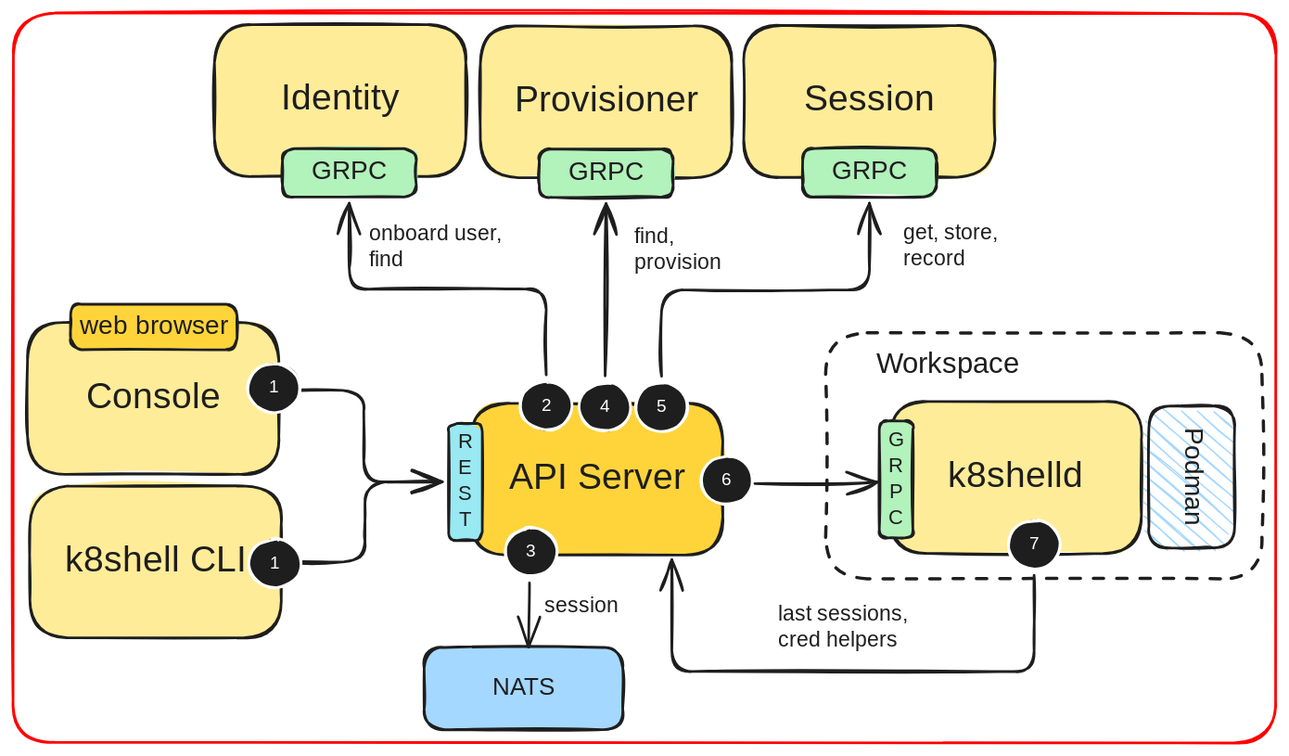
k8shell-io/docs keeps this Excalidraw diagram as drawings/api-server-architecture.excalidraw.svg. Above is the earlier version. Source tidied: one line per element, renumbered; positions are measured from the earlier drawing's top-left corner, leaving out a move shared by most shapes.
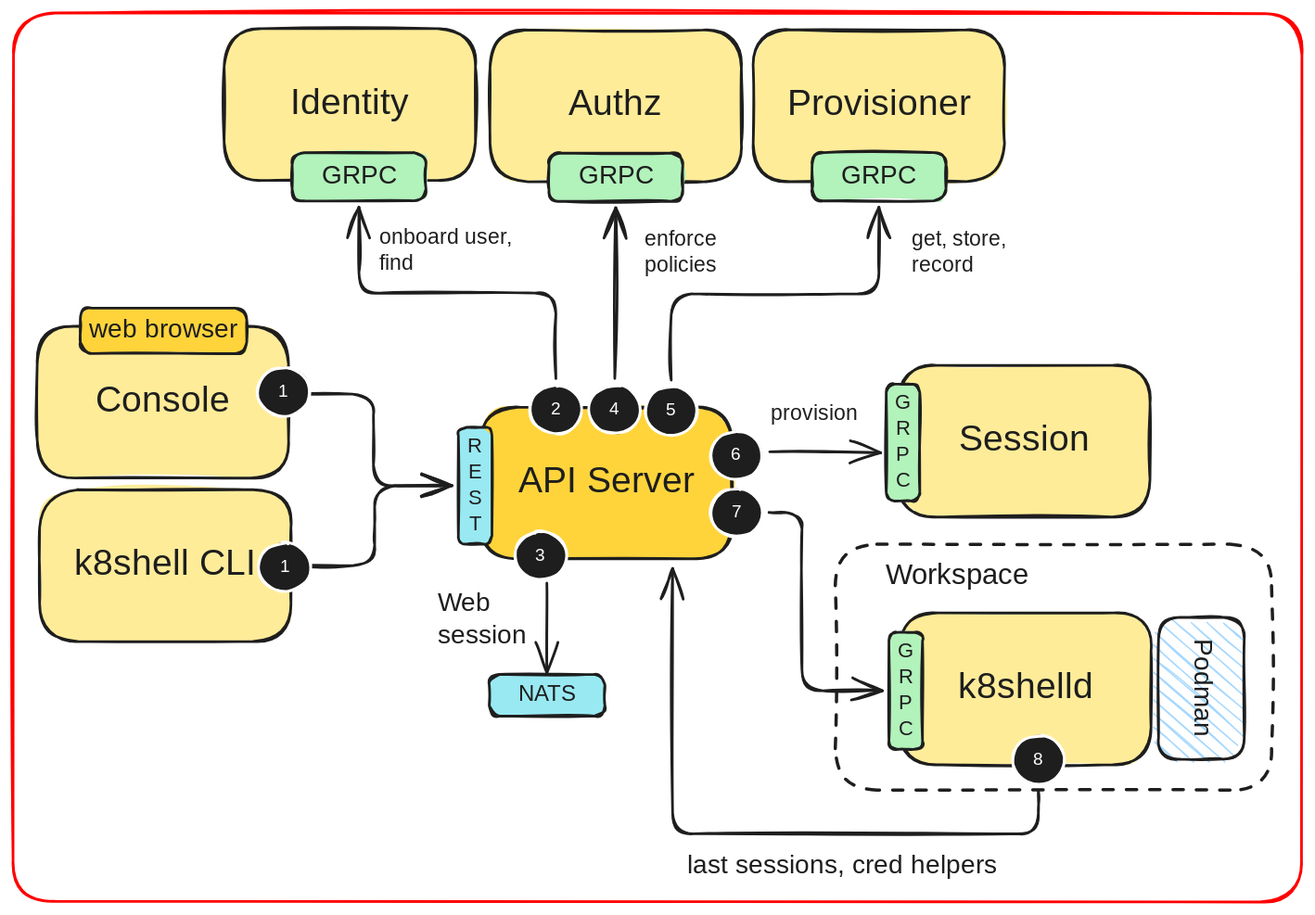
After the change.

Commit message:
authz services

Change to the diagram source:
```diff
@@ -1,2 +1,2 @@
-{"id": 0, "type": "rectangle", "strokeColor": "#ff0000", "angle": 0.0, "strokeWidth": 2, "roughness": 1, "round": true, "x": 0, "y": 0, "width": 973, "height": 562}
+{"id": 0, "type": "rectangle", "strokeColor": "#ff0000", "angle": 0.0, "strokeWidth": 2, "roughness": 1, "round": true, "x": -7, "y": -3, "width": 993, "height": 685}
 {"id": 1, "type": "rectangle", "strokeColor": "#1e1e1e", "backgroundColor": "#ffd43b", "fillStyle": "solid", "strokeWidth": 2, "roughness": 1, "round": true, "x": 353, "y": 300, "width": 194, "height": 117}
@@ -5,4 +5,4 @@
 {"id": 4, "type": "text", "text": "R\nE\nS\nT", "strokeColor": "#1e1e1e", "strokeWidth": 2, "roughness": 1, "fontSize": 16.02, "fontFamily": 5, "textAlign": "center", "verticalAlign": "middle", "inside": 3, "x": 341, "y": 321, "width": 14, "height": 80}
-{"id": 5, "type": "ellipse", "strokeColor": "#ffffff", "backgroundColor": "#1e1e1e", "fillStyle": "solid", "strokeWidth": 2, "roughness": 1, "round": true, "x": 530, "y": 341, "width": 40, "height": 38}
+{"id": 5, "type": "ellipse", "strokeColor": "#ffffff", "backgroundColor": "#1e1e1e", "fillStyle": "solid", "strokeWidth": 2, "roughness": 1, "round": true, "x": 530, "y": 319, "width": 40, "height": 38}
-{"id": 6, "type": "text", "text": "6", "strokeColor": "#ffffff", "backgroundColor": "#1e1e1e", "fillStyle": "solid", "strokeWidth": 2, "roughness": 1, "fontSize": 13.5, "fontFamily": 5, "textAlign": "center", "verticalAlign": "middle", "inside": 5, "x": 545, "y": 351, "width": 9, "height": 17}
+{"id": 6, "type": "text", "text": "6", "strokeColor": "#ffffff", "backgroundColor": "#1e1e1e", "fillStyle": "solid", "strokeWidth": 2, "roughness": 1, "fontSize": 13.5, "fontFamily": 5, "textAlign": "center", "verticalAlign": "middle", "inside": 5, "x": 545, "y": 329, "width": 9, "height": 17}
 {"id": 7, "type": "rectangle", "strokeColor": "#1e1e1e", "backgroundColor": "#ffec99", "fillStyle": "solid", "strokeWidth": 2, "roughness": 1, "round": true, "x": 155, "y": 9, "width": 194, "height": 117}
@@ -12,3 +12,3 @@
 {"id": 11, "type": "rectangle", "strokeColor": "#1e1e1e", "backgroundColor": "#ffec99", "fillStyle": "solid", "strokeWidth": 2, "roughness": 1, "round": true, "x": 360, "y": 10, "width": 194, "height": 117}
-{"id": 12, "type": "text", "text": "Provisioner", "strokeColor": "#1e1e1e", "strokeWidth": 2, "roughness": 1, "fontSize": 28, "fontFamily": 5, "textAlign": "center", "verticalAlign": "middle", "inside": 11, "x": 382, "y": 51, "width": 150, "height": 35}
+{"id": 12, "type": "text", "text": "Authz", "strokeColor": "#1e1e1e", "strokeWidth": 2, "roughness": 1, "fontSize": 28, "fontFamily": 5, "textAlign": "center", "verticalAlign": "middle", "inside": 11, "x": 416, "y": 51, "width": 82, "height": 35}
 {"id": 13, "type": "rectangle", "strokeColor": "#1e1e1e", "backgroundColor": "#b2f2bb", "fillStyle": "solid", "strokeWidth": 2, "roughness": 1, "round": true, "x": 405, "y": 104, "width": 103, "height": 37}
@@ -16,3 +16,3 @@
 {"id": 15, "type": "arrow", "strokeColor": "#1e1e1e", "strokeWidth": 2, "roughness": 1, "endArrowhead": "arrow", "from": 36, "to": 9, "x": 411, "y": 278, "width": 152, "height": 132, "points": [[0, 0], [0, -66], [-152, -66], [-152, -132]]}
-{"id": 16, "type": "arrow", "strokeColor": "#1e1e1e", "strokeWidth": 2, "roughness": 1, "endArrowhead": "arrow", "from": 38, "to": 13, "x": 456, "y": 279, "width": 1, "height": 133, "points": [[0, 0], [1, -133]]}
+{"id": 16, "type": "arrow", "strokeColor": "#1e1e1e", "strokeWidth": 2, "roughness": 1, "endArrowhead": "arrow", "from": 38, "to": 13, "x": 456, "y": 278, "width": 1, "height": 132, "points": [[0, 0], [1, -132]]}
 {"id": 17, "type": "rectangle", "strokeColor": "#1e1e1e", "backgroundColor": "#ffec99", "fillStyle": "solid", "strokeWidth": 2, "roughness": 1, "round": true, "x": 11, "y": 238, "width": 194, "height": 117}
@@ -21,13 +21,12 @@
 {"id": 20, "type": "text", "text": "k8shell CLI", "strokeColor": "#1e1e1e", "strokeWidth": 2, "roughness": 1, "fontSize": 28, "fontFamily": 5, "textAlign": "center", "verticalAlign": "middle", "inside": 19, "x": 34, "y": 405, "width": 151, "height": 35}
-{"id": 21, "type": "rectangle", "strokeColor": "#1e1e1e", "backgroundColor": "#ffec99", "fillStyle": "solid", "strokeWidth": 2, "roughness": 1, "round": true, "x": 675, "y": 299, "width": 194, "height": 117}
+{"id": 21, "type": "rectangle", "strokeColor": "#1e1e1e", "backgroundColor": "#ffec99", "fillStyle": "solid", "strokeWidth": 2, "roughness": 1, "round": true, "x": 675, "y": 459, "width": 194, "height": 117}
-{"id": 22, "type": "text", "text": "k8shelld", "strokeColor": "#1e1e1e", "strokeWidth": 2, "roughness": 1, "fontSize": 28, "fontFamily": 5, "textAlign": "center", "verticalAlign": "middle", "inside": 21, "x": 718, "y": 340, "width": 108, "height": 35}
+{"id": 22, "type": "text", "text": "k8shelld", "strokeColor": "#1e1e1e", "strokeWidth": 2, "roughness": 1, "fontSize": 28, "fontFamily": 5, "textAlign": "center", "verticalAlign": "middle", "inside": 21, "x": 718, "y": 500, "width": 108, "height": 35}
-{"id": 23, "type": "rectangle", "strokeColor": "#1e1e1e", "strokeWidth": 2, "strokeStyle": "dashed", "roughness": 1, "round": true, "x": 626, "y": 246, "width": 336, "height": 189}
+{"id": 23, "type": "rectangle", "strokeColor": "#1e1e1e", "strokeWidth": 2, "strokeStyle": "dashed", "roughness": 1, "round": true, "x": 626, "y": 406, "width": 336, "height": 189}
-{"id": 24, "type": "text", "text": "Workspace", "strokeColor": "#1e1e1e", "strokeWidth": 2, "strokeStyle": "dashed", "roughness": 1, "fontSize": 22.38, "fontFamily": 5, "x": 665, "y": 257, "width": 112, "height": 28}
+{"id": 24, "type": "text", "text": "Workspace", "strokeColor": "#1e1e1e", "strokeWidth": 2, "strokeStyle": "dashed", "roughness": 1, "fontSize": 22.38, "fontFamily": 5, "x": 665, "y": 417, "width": 112, "height": 28}
-{"id": 25, "type": "rectangle", "strokeColor": "#1e1e1e", "angle": 1.57, "backgroundColor": "#a5d8ff", "fillStyle": "hachure", "strokeWidth": 2, "roughness": 1, "round": true, "x": 853, "y": 324, "width": 109, "height": 66}
+{"id": 25, "type": "rectangle", "strokeColor": "#1e1e1e", "angle": 1.57, "backgroundColor": "#a5d8ff", "fillStyle": "hachure", "strokeWidth": 2, "roughness": 1, "round": true, "x": 853, "y": 484, "width": 109, "height": 66}
-{"id": 26, "type": "text", "text": "Podman", "strokeColor": "#1e1e1e", "angle": 1.57, "strokeWidth": 2, "roughness": 1, "fontSize": 20, "fontFamily": 5, "textAlign": "center", "verticalAlign": "middle", "inside": 25, "x": 871, "y": 344, "width": 73, "height": 25}
+{"id": 26, "type": "text", "text": "Podman", "strokeColor": "#1e1e1e", "angle": 1.57, "strokeWidth": 2, "roughness": 1, "fontSize": 20, "fontFamily": 5, "textAlign": "center", "verticalAlign": "middle", "inside": 25, "x": 871, "y": 504, "width": 73, "height": 25}
-{"id": 27, "type": "rectangle", "strokeColor": "#1e1e1e", "backgroundColor": "#b2f2bb", "fillStyle": "solid", "strokeWidth": 2, "roughness": 1, "round": true, "x": 667, "y": 314, "width": 26, "height": 90}
+{"id": 27, "type": "rectangle", "strokeColor": "#1e1e1e", "backgroundColor": "#b2f2bb", "fillStyle": "solid", "strokeWidth": 2, "roughness": 1, "round": true, "x": 667, "y": 474, "width": 26, "height": 90}
-{"id": 28, "type": "text", "text": "G\nR\nP\nC", "strokeColor": "#1e1e1e", "strokeWidth": 2, "roughness": 1, "fontSize": 16.02, "fontFamily": 5, "textAlign": "center", "verticalAlign": "middle", "inside": 27, "x": 674, "y": 319, "width": 12, "height": 80}
+{"id": 28, "type": "text", "text": "G\nR\nP\nC", "strokeColor": "#1e1e1e", "strokeWidth": 2, "roughness": 1, "fontSize": 16.02, "fontFamily": 5, "textAlign": "center", "verticalAlign": "middle", "inside": 27, "x": 674, "y": 479, "width": 12, "height": 80}
 {"id": 29, "type": "arrow", "strokeColor": "#1e1e1e", "strokeWidth": 2, "roughness": 1, "endArrowhead": "arrow", "from": 17, "to": 3, "x": 213, "y": 290, "width": 117, "height": 70, "points": [[0, 0], [57, 0], [57, 70], [117, 70]]}
 {"id": 30, "type": "arrow", "strokeColor": "#1e1e1e", "strokeWidth": 2, "roughness": 1, "endArrowhead": "arrow", "from": 19, "to": 3, "x": 211, "y": 422, "width": 119, "height": 62, "points": [[0, 0], [59, 0], [59, -62], [119, -62]]}
-{"id": 31, "type": "arrow", "strokeColor": "#1e1e1e", "strokeWidth": 2, "roughness": 1, "endArrowhead": "arrow", "from": 5, "to": 27, "x": 571, "y": 362, "width": 94, "height": 1, "points": [[0, 0], [94, -1]]}
 {"id": 32, "type": "ellipse", "strokeColor": "#ffffff", "backgroundColor": "#1e1e1e", "fillStyle": "solid", "strokeWidth": 2, "roughness": 1, "round": true, "x": 181, "y": 270, "width": 40, "height": 38}
@@ -38,4 +37,4 @@
 {"id": 37, "type": "text", "text": "2", "strokeColor": "#ffffff", "backgroundColor": "#1e1e1e", "fillStyle": "solid", "strokeWidth": 2, "roughness": 1, "fontSize": 13.5, "fontFamily": 5, "textAlign": "center", "verticalAlign": "middle", "inside": 36, "x": 406, "y": 294, "width": 9, "height": 17}
-{"id": 38, "type": "ellipse", "strokeColor": "#ffffff", "backgroundColor": "#1e1e1e", "fillStyle": "solid", "strokeWidth": 2, "roughness": 1, "round": true, "x": 436, "y": 284, "width": 40, "height": 38}
+{"id": 38, "type": "ellipse", "strokeColor": "#ffffff", "backgroundColor": "#1e1e1e", "fillStyle": "solid", "strokeWidth": 2, "roughness": 1, "round": true, "x": 436, "y": 283, "width": 40, "height": 38}
-{"id": 39, "type": "text", "text": "4", "strokeColor": "#ffffff", "backgroundColor": "#1e1e1e", "fillStyle": "solid", "strokeWidth": 2, "roughness": 1, "fontSize": 13.5, "fontFamily": 5, "textAlign": "center", "verticalAlign": "middle", "inside": 38, "x": 452, "y": 295, "width": 8, "height": 17}
+{"id": 39, "type": "text", "text": "4", "strokeColor": "#ffffff", "backgroundColor": "#1e1e1e", "fillStyle": "solid", "strokeWidth": 2, "roughness": 1, "fontSize": 13.5, "fontFamily": 5, "textAlign": "center", "verticalAlign": "middle", "inside": 38, "x": 452, "y": 294, "width": 8, "height": 17}
 {"id": 40, "type": "rectangle", "strokeColor": "#1e1e1e", "backgroundColor": "#ffd43b", "fillStyle": "solid", "strokeWidth": 2, "roughness": 1, "round": true, "x": 44, "y": 224, "width": 128, "height": 35}
@@ -43,3 +42,3 @@
 {"id": 42, "type": "rectangle", "strokeColor": "#1e1e1e", "backgroundColor": "#ffec99", "fillStyle": "solid", "strokeWidth": 2, "roughness": 1, "round": true, "x": 563, "y": 9, "width": 194, "height": 117}
-{"id": 43, "type": "text", "text": "Session", "strokeColor": "#1e1e1e", "strokeWidth": 2, "roughness": 1, "fontSize": 28, "fontFamily": 5, "textAlign": "center", "verticalAlign": "middle", "inside": 42, "x": 609, "y": 50, "width": 101, "height": 35}
+{"id": 43, "type": "text", "text": "Provisioner", "strokeColor": "#1e1e1e", "strokeWidth": 2, "roughness": 1, "fontSize": 28, "fontFamily": 5, "textAlign": "center", "verticalAlign": "middle", "inside": 42, "x": 585, "y": 50, "width": 150, "height": 35}
 {"id": 44, "type": "rectangle", "strokeColor": "#1e1e1e", "backgroundColor": "#b2f2bb", "fillStyle": "solid", "strokeWidth": 2, "roughness": 1, "round": true, "x": 608, "y": 104, "width": 103, "height": 37}
@@ -49,14 +48,23 @@
 {"id": 48, "type": "arrow", "strokeColor": "#1e1e1e", "strokeWidth": 2, "roughness": 1, "endArrowhead": "arrow", "from": 46, "to": 44, "x": 499, "y": 279, "width": 160, "height": 133, "points": [[0, 0], [0, -67], [160, -67], [160, -133]]}
-{"id": 49, "type": "rectangle", "strokeColor": "#1e1e1e", "backgroundColor": "#a5d8ff", "fillStyle": "solid", "strokeWidth": 2, "roughness": 1, "round": true, "x": 317, "y": 488, "width": 153, "height": 63}
-{"id": 50, "type": "text", "text": "NATS", "strokeColor": "#1e1e1e", "strokeWidth": 2, "roughness": 1, "fontSize": 18.55, "fontFamily": 5, "textAlign": "center", "verticalAlign": "middle", "inside": 49, "x": 368, "y": 508, "width": 50, "height": 23}
-{"id": 51, "type": "arrow", "strokeColor": "#1e1e1e", "backgroundColor": "#ffd43b", "fillStyle": "solid", "strokeWidth": 2, "roughness": 1, "endArrowhead": "arrow", "from": 52, "to": 49, "x": 398, "y": 439, "width": 1, "height": 49, "points": [[0, 0], [-1, 49]]}
+{"id": 51, "type": "arrow", "strokeColor": "#1e1e1e", "backgroundColor": "#ffd43b", "fillStyle": "solid", "strokeWidth": 2, "roughness": 1, "endArrowhead": "arrow", "from": 52, "to": 62, "x": 404, "y": 436, "width": 0, "height": 69, "points": [[0, 0], [0, 69]]}
 {"id": 52, "type": "ellipse", "strokeColor": "#ffffff", "backgroundColor": "#1e1e1e", "fillStyle": "solid", "strokeWidth": 2, "roughness": 1, "round": true, "x": 379, "y": 396, "width": 40, "height": 38}
 {"id": 53, "type": "text", "text": "3", "strokeColor": "#ffffff", "backgroundColor": "#1e1e1e", "fillStyle": "solid", "strokeWidth": 2, "roughness": 1, "fontSize": 13.5, "fontFamily": 5, "textAlign": "center", "verticalAlign": "middle", "inside": 52, "x": 395, "y": 407, "width": 8, "height": 17}
-{"id": 54, "type": "ellipse", "strokeColor": "#ffffff", "backgroundColor": "#1e1e1e", "fillStyle": "solid", "strokeWidth": 2, "roughness": 1, "round": true, "x": 767, "y": 390, "width": 40, "height": 38}
+{"id": 54, "type": "ellipse", "strokeColor": "#ffffff", "backgroundColor": "#1e1e1e", "fillStyle": "solid", "strokeWidth": 2, "roughness": 1, "round": true, "x": 762, "y": 553, "width": 40, "height": 38}
-{"id": 55, "type": "text", "text": "7", "strokeColor": "#ffffff", "backgroundColor": "#1e1e1e", "fillStyle": "solid", "strokeWidth": 2, "roughness": 1, "fontSize": 13.5, "fontFamily": 5, "textAlign": "center", "verticalAlign": "middle", "inside": 54, "x": 783, "y": 401, "width": 8, "height": 17}
+{"id": 55, "type": "text", "text": "8", "strokeColor": "#ffffff", "backgroundColor": "#1e1e1e", "fillStyle": "solid", "strokeWidth": 2, "roughness": 1, "fontSize": 13.5, "fontFamily": 5, "textAlign": "center", "verticalAlign": "middle", "inside": 54, "x": 778, "y": 564, "width": 9, "height": 17}
-{"id": 56, "type": "arrow", "strokeColor": "#1e1e1e", "backgroundColor": "#99e9f2", "fillStyle": "solid", "strokeWidth": 2, "roughness": 1, "endArrowhead": "arrow", "from": 54, "to": 1, "x": 786, "y": 433, "width": 279, "height": 86, "points": [[0, 0], [0, 74], [-279, 74], [-279, -12]]}
+{"id": 56, "type": "arrow", "strokeColor": "#1e1e1e", "backgroundColor": "#99e9f2", "fillStyle": "solid", "strokeWidth": 2, "roughness": 1, "endArrowhead": "arrow", "from": 54, "to": 1, "x": 782, "y": 596, "width": 282, "height": 204, "points": [[0, 0], [0, 33], [-282, 33], [-282, -171]]}
 {"id": 57, "type": "text", "text": "onboard user, \nfind", "strokeColor": "#1e1e1e", "backgroundColor": "#ffd43b", "fillStyle": "solid", "strokeWidth": 2, "roughness": 1, "fontSize": 16.12, "fontFamily": 5, "x": 274, "y": 160, "width": 111, "height": 40}
-{"id": 58, "type": "text", "text": "find, \nprovision", "strokeColor": "#1e1e1e", "backgroundColor": "#ffd43b", "fillStyle": "solid", "strokeWidth": 2, "roughness": 1, "fontSize": 16.12, "fontFamily": 5, "x": 479, "y": 162, "width": 68, "height": 40}
+{"id": 58, "type": "text", "text": "enforce \npolicies", "strokeColor": "#1e1e1e", "backgroundColor": "#ffd43b", "fillStyle": "solid", "strokeWidth": 2, "roughness": 1, "fontSize": 16.12, "fontFamily": 5, "x": 479, "y": 161, "width": 65, "height": 40}
-{"id": 59, "type": "text", "text": "get, store, \nrecord", "strokeColor": "#1e1e1e", "backgroundColor": "#ffd43b", "fillStyle": "solid", "strokeWidth": 2, "roughness": 1, "fontSize": 16.12, "fontFamily": 5, "x": 685, "y": 160, "width": 90, "height": 40}
+{"id": 59, "type": "text", "text": "get, store, \nrecord", "strokeColor": "#1e1e1e", "backgroundColor": "#ffd43b", "fillStyle": "solid", "strokeWidth": 2, "roughness": 1, "fontSize": 16.12, "fontFamily": 5, "x": 684, "y": 162, "width": 90, "height": 40}
-{"id": 60, "type": "text", "text": "last sessions, \ncred helpers", "strokeColor": "#1e1e1e", "backgroundColor": "#ffd43b", "fillStyle": "solid", "strokeWidth": 2, "roughness": 1, "fontSize": 16.12, "fontFamily": 5, "x": 589, "y": 454, "width": 113, "height": 40}
+{"id": 60, "type": "text", "text": "last sessions, cred helpers", "strokeColor": "#1e1e1e", "backgroundColor": "#ffd43b", "fillStyle": "solid", "strokeWidth": 2, "roughness": 1, "fontSize": 20.28, "fontFamily": 5, "x": 512, "y": 642, "width": 260, "height": 25}
-{"id": 61, "type": "text", "text": "session", "strokeColor": "#1e1e1e", "backgroundColor": "#ffd43b", "fillStyle": "solid", "strokeWidth": 2, "roughness": 1, "fontSize": 16.12, "fontFamily": 5, "x": 409, "y": 447, "width": 57, "height": 20}
+{"id": 61, "type": "text", "text": "Web\nsession", "strokeColor": "#1e1e1e", "backgroundColor": "#ffd43b", "fillStyle": "solid", "strokeWidth": 2, "roughness": 1, "fontSize": 19.78, "fontFamily": 5, "x": 320, "y": 440, "width": 70, "height": 49}
+{"id": 62, "type": "rectangle", "strokeColor": "#1e1e1e", "backgroundColor": "#99e9f2", "fillStyle": "solid", "strokeWidth": 2, "roughness": 1, "round": true, "x": 359, "y": 506, "width": 89, "height": 32}
+{"id": 50, "type": "text", "text": "NATS", "strokeColor": "#1e1e1e", "strokeWidth": 2, "roughness": 1, "fontSize": 16.86, "fontFamily": 5, "textAlign": "center", "verticalAlign": "middle", "inside": 62, "x": 381, "y": 512, "width": 46, "height": 21}
+{"id": 63, "type": "rectangle", "strokeColor": "#1e1e1e", "backgroundColor": "#ffec99", "fillStyle": "solid", "strokeWidth": 2, "roughness": 1, "round": true, "x": 675, "y": 268, "width": 194, "height": 117}
+{"id": 64, "type": "text", "text": "Session", "strokeColor": "#1e1e1e", "strokeWidth": 2, "roughness": 1, "fontSize": 28, "fontFamily": 5, "textAlign": "center", "verticalAlign": "middle", "inside": 63, "x": 721, "y": 309, "width": 101, "height": 35}
+{"id": 65, "type": "ellipse", "strokeColor": "#ffffff", "backgroundColor": "#1e1e1e", "fillStyle": "solid", "strokeWidth": 2, "roughness": 1, "round": true, "x": 530, "y": 363, "width": 40, "height": 38}
+{"id": 66, "type": "text", "text": "7", "strokeColor": "#ffffff", "backgroundColor": "#1e1e1e", "fillStyle": "solid", "strokeWidth": 2, "roughness": 1, "fontSize": 13.5, "fontFamily": 5, "textAlign": "center", "verticalAlign": "middle", "inside": 65, "x": 546, "y": 373, "width": 8, "height": 17}
+{"id": 67, "type": "arrow", "strokeColor": "#1e1e1e", "strokeWidth": 2, "roughness": 1, "endArrowhead": "arrow", "from": 65, "to": 27, "x": 575, "y": 381, "width": 87, "height": 137, "points": [[0, 0], [25, 0], [25, 137], [87, 137]]}
+{"id": 68, "type": "arrow", "strokeColor": "#1e1e1e", "strokeWidth": 2, "roughness": 1, "endArrowhead": "arrow", "from": 5, "x": 575, "y": 335, "width": 85, "height": 1, "points": [[0, 0], [85, 1]]}
+{"id": 69, "type": "text", "text": "provision", "strokeColor": "#1e1e1e", "backgroundColor": "#ffd43b", "fillStyle": "solid", "strokeWidth": 2, "roughness": 1, "fontSize": 16.12, "fontFamily": 5, "x": 576, "y": 296, "width": 68, "height": 20}
+{"id": 70, "type": "rectangle", "strokeColor": "#1e1e1e", "backgroundColor": "#b2f2bb", "fillStyle": "solid", "strokeWidth": 2, "roughness": 1, "round": true, "x": 665, "y": 283, "width": 26, "height": 90}
+{"id": 71, "type": "text", "text": "G\nR\nP\nC", "strokeColor": "#1e1e1e", "strokeWidth": 2, "roughness": 1, "fontSize": 16.02, "fontFamily": 5, "textAlign": "center", "verticalAlign": "middle", "inside": 70, "x": 672, "y": 288, "width": 12, "height": 80}
```
